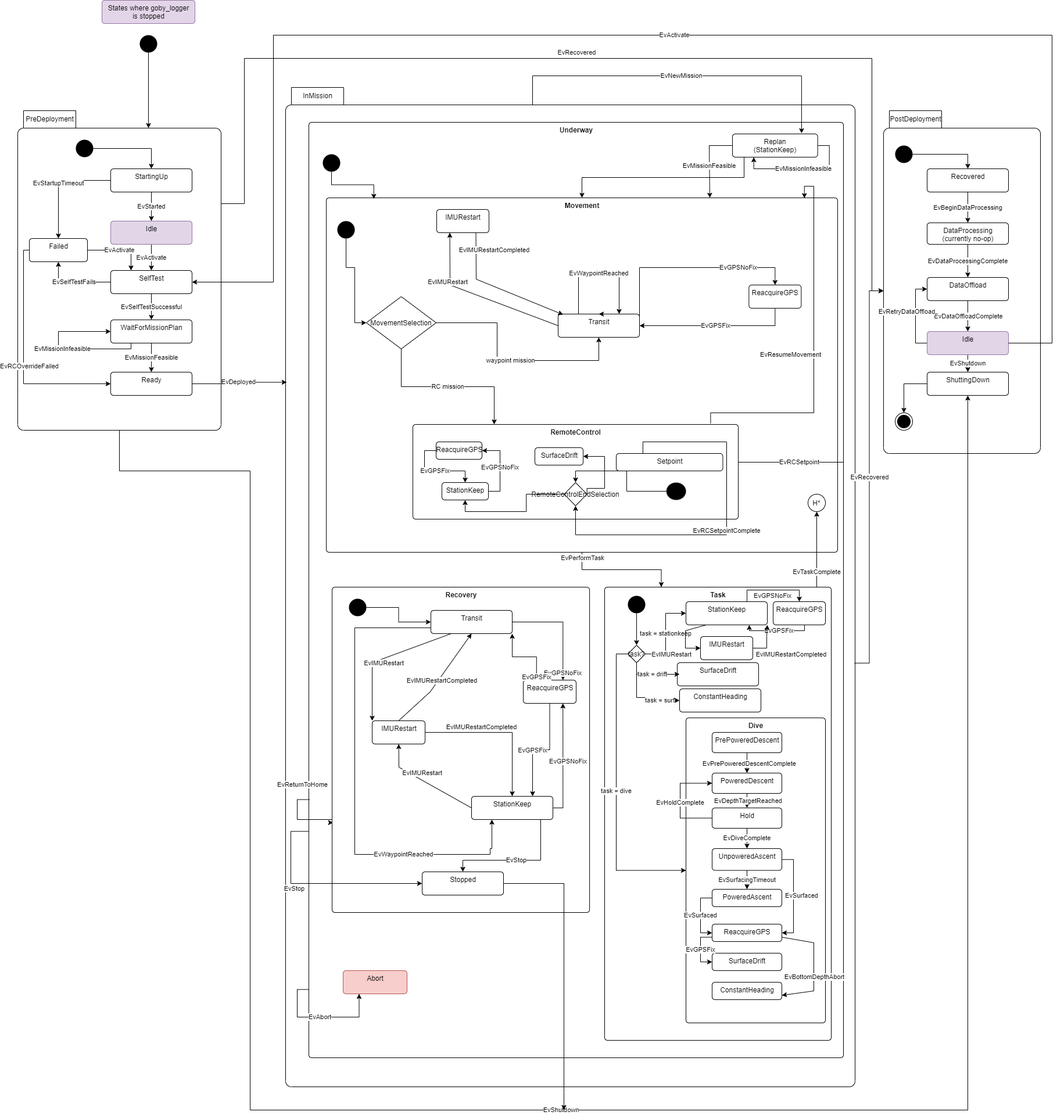
This is src/doc/figures/mission-states.png from jaiarobotics/jaiabot, a draw.io export, as it was before one commit. Source tidied: cells renumbered, new cells last; positions are measured from the earlier drawing's top-left corner, leaving out a move shared by most shapes.
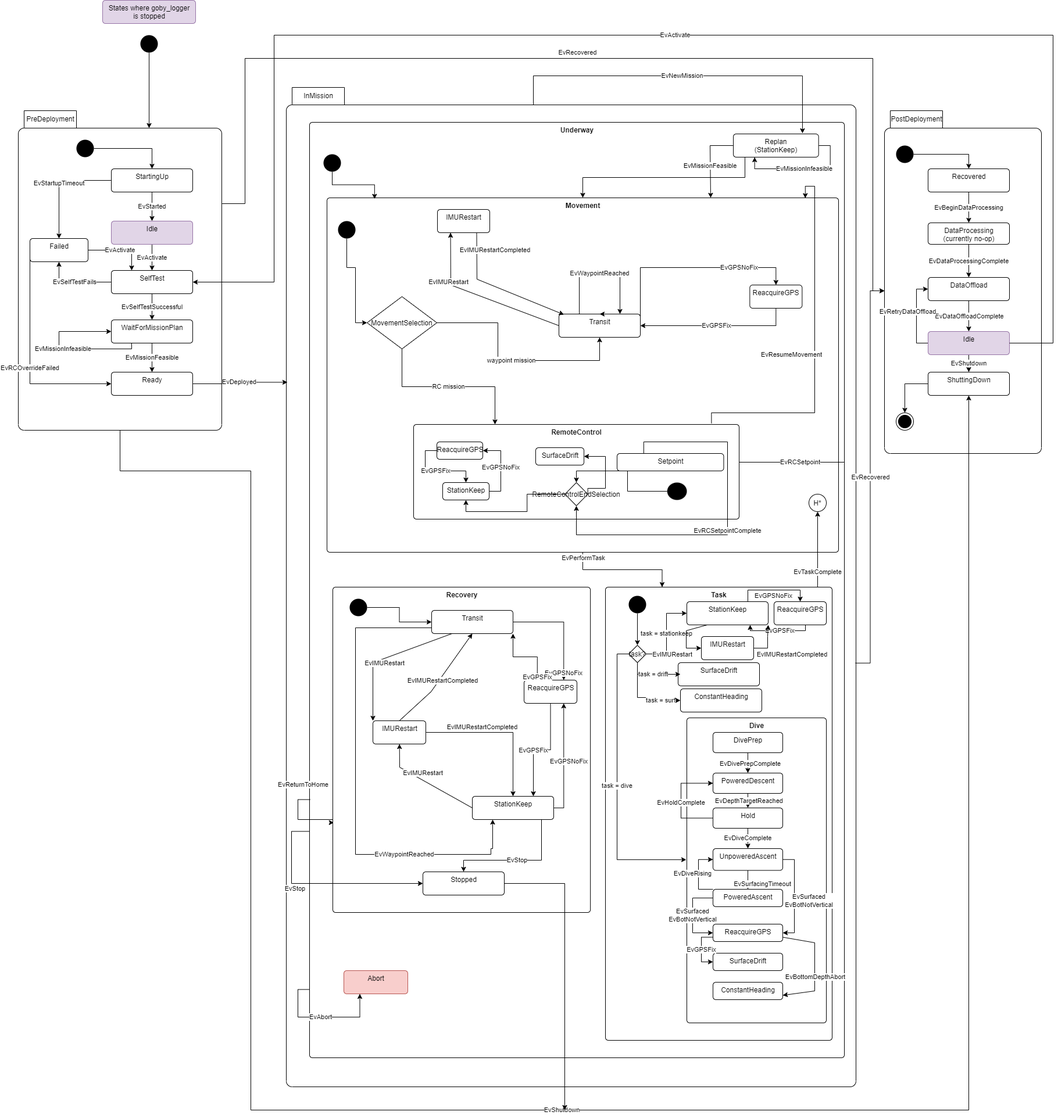
Above is the later version.

What changed in the source:
```diff
@@ -117,13 +117,15 @@
     <mxCell id="35" value="EvActivate" style="edgeStyle=orthogonalEdgeStyle;rounded=0;jettySize=auto;html=1;entryX=0.25;entryY=0;entryDx=0;entryDy=0;" parent="18" edge="1" source="28" target="20">
       <mxGeometry relative="1" as="geometry" />
     </mxCell>
+    <mxCell id="160" style="endArrow=classic;html=1;rounded=0;exitX=0;exitY=0.5;exitDx=0;exitDy=0;entryX=0;entryY=0.5;entryDx=0;entryDy=0;" parent="18" edge="1" source="28" target="23">
+      <mxGeometry relative="1" as="geometry">
+        <Array as="points">
+          <mxPoint x="-60" y="430" />
+        </Array>
+      </mxGeometry>
+    </mxCell>
-    <mxCell id="36" value="EvRCOverrideFailed" style="edgeStyle=orthogonalEdgeStyle;rounded=0;jettySize=auto;html=1;entryX=0;entryY=0.5;entryDx=0;entryDy=0;exitX=0;exitY=0.5;exitDx=0;exitDy=0;" parent="18" edge="1" source="28" target="23">
-      <mxGeometry x="0.08" y="10" relative="1" as="geometry">
-        <Array as="points">
-          <mxPoint x="-70" y="200" />
-          <mxPoint x="-70" y="430" />
-        </Array>
-      </mxGeometry>
+    <mxCell id="36" value="EvRCOverrideFailed" style="edgeLabel;html=1;align=center;verticalAlign=middle;" parent="160" vertex="1">
+      <mxGeometry x="0.09" y="-1" relative="1" as="geometry" />
     </mxCell>
     <mxCell id="37" style="group;" parent="1" vertex="1">
       <mxGeometry x="691" y="250" width="830" height="1620" as="geometry" />
@@ -214,7 +216,7 @@
         </Array>
       </mxGeometry>
     </mxCell>
-    <mxCell id="57" value="task = dive" style="edgeStyle=orthogonalEdgeStyle;rounded=0;jettySize=auto;html=1;entryX=0;entryY=0.5;entryDx=0;entryDy=0;exitX=0;exitY=0.5;exitDx=0;exitDy=0;" parent="50" edge="1" source="58" target="53">
+    <mxCell id="57" value="task = dive" style="edgeStyle=orthogonalEdgeStyle;rounded=0;jettySize=auto;html=1;entryX=-0.004;entryY=0.465;entryDx=0;entryDy=0;exitX=0;exitY=0.5;exitDx=0;exitDy=0;entryPerimeter=0;" parent="50" edge="1" source="58" target="53">
       <mxGeometry relative="1" as="geometry" />
     </mxCell>
     <mxCell id="58" value="task?" style="rhombus;" parent="50" vertex="1">
@@ -251,16 +253,23 @@
       <mxGeometry x="185" y="380" width="120" height="35" as="geometry" />
     </mxCell>
     <mxCell id="67" value="EvSurfacingTimeout" style="edgeStyle=orthogonalEdgeStyle;rounded=0;jettySize=auto;html=1;entryX=0.5;entryY=0;entryDx=0;entryDy=0;" parent="50" edge="1" source="69" target="71">
-      <mxGeometry relative="1" as="geometry" />
+      <mxGeometry x="0.58" y="25" relative="1" as="geometry">
+        <mxPoint y="1" as="offset" />
+      </mxGeometry>
     </mxCell>
-    <mxCell id="68" value="EvSurfaced" style="edgeStyle=orthogonalEdgeStyle;rounded=0;jettySize=auto;html=1;entryX=1;entryY=0.5;entryDx=0;entryDy=0;exitX=1;exitY=0.5;exitDx=0;exitDy=0;" parent="50" edge="1" source="69" target="72">
-      <mxGeometry x="-0.02" y="14" relative="1" as="geometry" />
+    <mxCell id="68" value="EvSurfaced&lt;br&gt;EvBotNotVertical" style="edgeStyle=orthogonalEdgeStyle;rounded=0;jettySize=auto;html=1;entryX=1;entryY=0.5;entryDx=0;entryDy=0;exitX=1;exitY=0.5;exitDx=0;exitDy=0;" parent="50" edge="1" source="69" target="72">
+      <mxGeometry x="0.1" y="25" relative="1" as="geometry" />
     </mxCell>
     <mxCell id="69" value="UnpoweredAscent" style="html=1;align=center;verticalAlign=top;rounded=1;absoluteArcSize=1;arcSize=10;dashed=0;" parent="50" vertex="1">
       <mxGeometry x="185" y="450" width="120" height="37.5" as="geometry" />
     </mxCell>
-    <mxCell id="70" value="EvSurfaced" style="edgeStyle=orthogonalEdgeStyle;rounded=0;jettySize=auto;html=1;entryX=0;entryY=0.5;entryDx=0;entryDy=0;exitX=0;exitY=0.5;exitDx=0;exitDy=0;" parent="50" edge="1" source="71" target="72">
-      <mxGeometry relative="1" as="geometry" />
+    <mxCell id="70" value="EvSurfaced&lt;br&gt;EvBotNotVertical" style="edgeStyle=orthogonalEdgeStyle;rounded=0;jettySize=auto;html=1;entryX=0;entryY=0.5;entryDx=0;entryDy=0;exitX=0;exitY=0.5;exitDx=0;exitDy=0;" parent="50" edge="1" source="71" target="72">
+      <mxGeometry relative="1" as="geometry">
+        <Array as="points">
+          <mxPoint x="150" y="535" />
+          <mxPoint x="150" y="595" />
+        </Array>
+      </mxGeometry>
     </mxCell>
     <mxCell id="71" value="PoweredAscent" style="html=1;align=center;verticalAlign=top;rounded=1;absoluteArcSize=1;arcSize=10;dashed=0;" parent="50" vertex="1">
       <mxGeometry x="185" y="520" width="120" height="30" as="geometry" />
@@ -353,17 +362,25 @@
         <mxPoint x="1" y="1" as="offset" />
       </mxGeometry>
     </mxCell>
-    <mxCell id="88" value="PrePoweredDescent" style="html=1;align=center;verticalAlign=top;rounded=1;absoluteArcSize=1;arcSize=10;dashed=0;" parent="50" vertex="1">
+    <mxCell id="88" value="DivePrep" style="html=1;align=center;verticalAlign=top;rounded=1;absoluteArcSize=1;arcSize=10;dashed=0;" parent="50" vertex="1">
       <mxGeometry x="185" y="250" width="120" height="35" as="geometry" />
     </mxCell>
     <mxCell id="89" style="endArrow=classic;html=1;rounded=0;exitX=0.5;exitY=1;exitDx=0;exitDy=0;entryX=0.5;entryY=0;entryDx=0;entryDy=0;" parent="50" edge="1" source="88" target="63">
       <mxGeometry relative="1" as="geometry" />
     </mxCell>
-    <mxCell id="90" value="EvPrePoweredDescentComplete" style="edgeLabel;html=1;align=center;verticalAlign=middle;" parent="89" vertex="1">
+    <mxCell id="90" value="EvDivePrepComplete" style="edgeLabel;html=1;align=center;verticalAlign=middle;" parent="89" vertex="1">
       <mxGeometry x="-0.43" y="1" relative="1" as="geometry">
         <mxPoint x="2" y="8" as="offset" />
       </mxGeometry>
     </mxCell>
+    <mxCell id="161" value="EvDiveRising" style="edgeStyle=orthogonalEdgeStyle;rounded=0;jettySize=auto;html=1;entryX=0;entryY=0.5;entryDx=0;entryDy=0;exitX=0;exitY=0;exitDx=0;exitDy=0;" parent="50" edge="1" source="71" target="69">
+      <mxGeometry x="0.03" y="10" relative="1" as="geometry">
+        <Array as="points">
+          <mxPoint x="160" y="520" />
+          <mxPoint x="160" y="469" />
+        </Array>
+      </mxGeometry>
+    </mxCell>
     <mxCell id="91" value="EvNewMission" style="edgeStyle=orthogonalEdgeStyle;rounded=0;jettySize=auto;html=1;exitX=0;exitY=0;exitDx=425;exitDy=30;exitPerimeter=0;entryX=0.811;entryY=-0.025;entryDx=0;entryDy=0;entryPerimeter=0;" parent="37" edge="1" source="38" target="95">
       <mxGeometry relative="1" as="geometry" />
     </mxCell>
```
